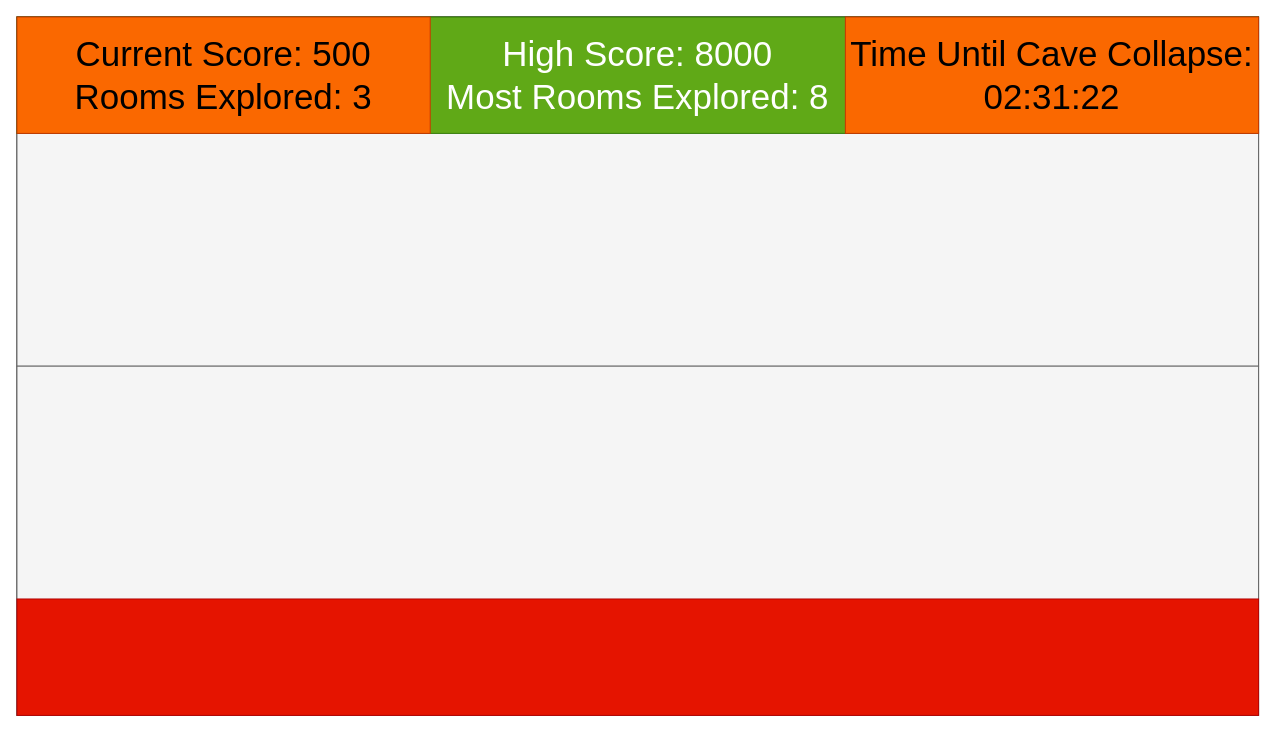
The draw.io diagram docs/wireframes/ScoreUI-Sizing.drawio in divark/escaping-the-depths, before the edit. Source tidied: cells renumbered, new cells numbered last; positions are measured from the earlier drawing's top-left corner, leaving out a move shared by most shapes. Both pictures are drawn from the tidied source at 97%, with x=0, y=0 at pixel (16, 16).
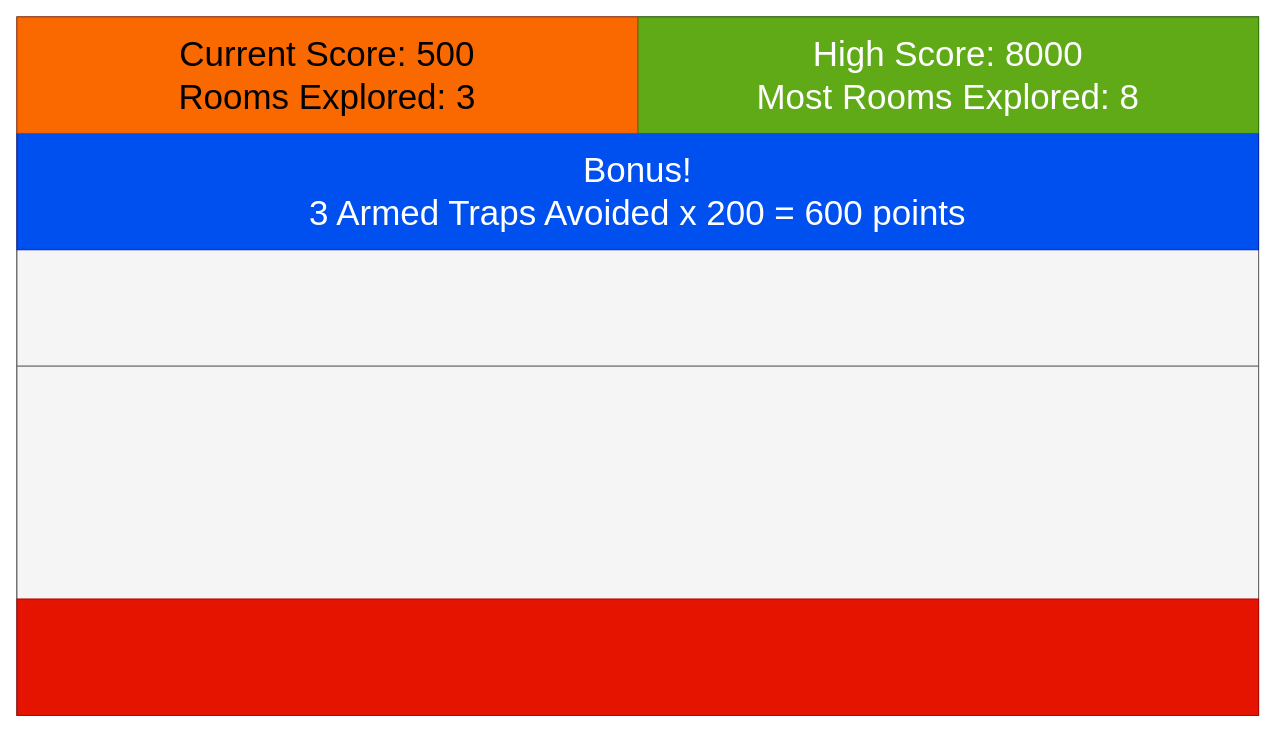
After the change.

Commit message:
Update wireframe to include upcoming bonus points section.

The edit, as a diff of the source:
```diff
@@
 <mxGraphModel>
   <root>
     <mxCell id="0" />
     <mxCell id="1" parent="0" />
     <mxCell id="2" style="group;" parent="1" vertex="1">
       <mxGeometry width="1280" height="720" as="geometry" />
     </mxCell>
     <mxCell id="3" style="rounded=0;whiteSpace=wrap;html=1;" parent="2" vertex="1">
       <mxGeometry width="1280" height="720" as="geometry" />
     </mxCell>
     <mxCell id="4" style="rounded=0;whiteSpace=wrap;html=1;fillColor=#f5f5f5;fontColor=#333333;strokeColor=#666666;" parent="2" vertex="1">
       <mxGeometry width="1280" height="360" as="geometry" />
     </mxCell>
     <mxCell id="5" style="rounded=0;whiteSpace=wrap;html=1;fillColor=#f5f5f5;fontColor=#333333;strokeColor=#666666;" parent="2" vertex="1">
       <mxGeometry y="360" width="1280" height="360" as="geometry" />
     </mxCell>
+    <mxCell id="10" value="&lt;div&gt;&lt;font style=&quot;font-size: 36px;&quot;&gt;Bonus!&lt;/font&gt;&lt;/div&gt;&lt;div&gt;&lt;font style=&quot;font-size: 36px;&quot;&gt;3 Armed Traps Avoided x 200 = 600 points&lt;/font&gt;&lt;/div&gt;" style="rounded=0;whiteSpace=wrap;html=1;fillColor=#0050ef;fontColor=#ffffff;strokeColor=#001DBC;" parent="2" vertex="1">
+      <mxGeometry y="120" width="1280" height="120" as="geometry" />
+    </mxCell>
-    <mxCell id="6" value="&lt;div&gt;&lt;font style=&quot;font-size: 36px;&quot;&gt;High Score: 8000&lt;/font&gt;&lt;/div&gt;&lt;div&gt;&lt;font style=&quot;font-size: 36px;&quot;&gt;Most Rooms Explored: 8&lt;/font&gt;&lt;/div&gt;" style="rounded=0;whiteSpace=wrap;html=1;fillColor=#60a917;fontColor=#ffffff;strokeColor=#2D7600;" parent="1" vertex="1">
-      <mxGeometry width="1280" height="120" as="geometry" />
+    <mxCell id="6" value="&lt;div&gt;&lt;font style=&quot;font-size: 36px;&quot;&gt;High Score: 8000&lt;/font&gt;&lt;/div&gt;&lt;div&gt;&lt;font style=&quot;font-size: 36px;&quot;&gt;Most Rooms Explored: 8&lt;/font&gt;&lt;/div&gt;" style="rounded=0;whiteSpace=wrap;html=1;fillColor=#60a917;fontColor=#ffffff;strokeColor=#2D7600;" parent="2" vertex="1">
+      <mxGeometry x="640" width="640" height="120" as="geometry" />
     </mxCell>
     <mxCell id="7" style="rounded=0;whiteSpace=wrap;html=1;fillColor=#e51400;fontColor=#ffffff;strokeColor=#B20000;" parent="1" vertex="1">
       <mxGeometry y="600" width="1280" height="120" as="geometry" />
     </mxCell>
     <mxCell id="8" value="&lt;div&gt;&lt;font style=&quot;font-size: 36px;&quot;&gt;Current Score: 500&lt;/font&gt;&lt;/div&gt;&lt;div&gt;&lt;font style=&quot;font-size: 36px;&quot;&gt;Rooms Explored: 3&lt;/font&gt;&lt;/div&gt;" style="rounded=0;whiteSpace=wrap;html=1;fillColor=#fa6800;fontColor=#000000;strokeColor=#C73500;" parent="1" vertex="1">
-      <mxGeometry width="426" height="120" as="geometry" />
+      <mxGeometry width="640" height="120" as="geometry" />
     </mxCell>
-    <mxCell id="9" value="&lt;font style=&quot;font-size: 36px;&quot;&gt;Time Until Cave Collapse: 02:31:22&lt;/font&gt;" style="rounded=0;whiteSpace=wrap;html=1;fillColor=#fa6800;fontColor=#000000;strokeColor=#C73500;" parent="1" vertex="1">
-      <mxGeometry x="854" width="426" height="120" as="geometry" />
-    </mxCell>
   </root>
 </mxGraphModel>
```
